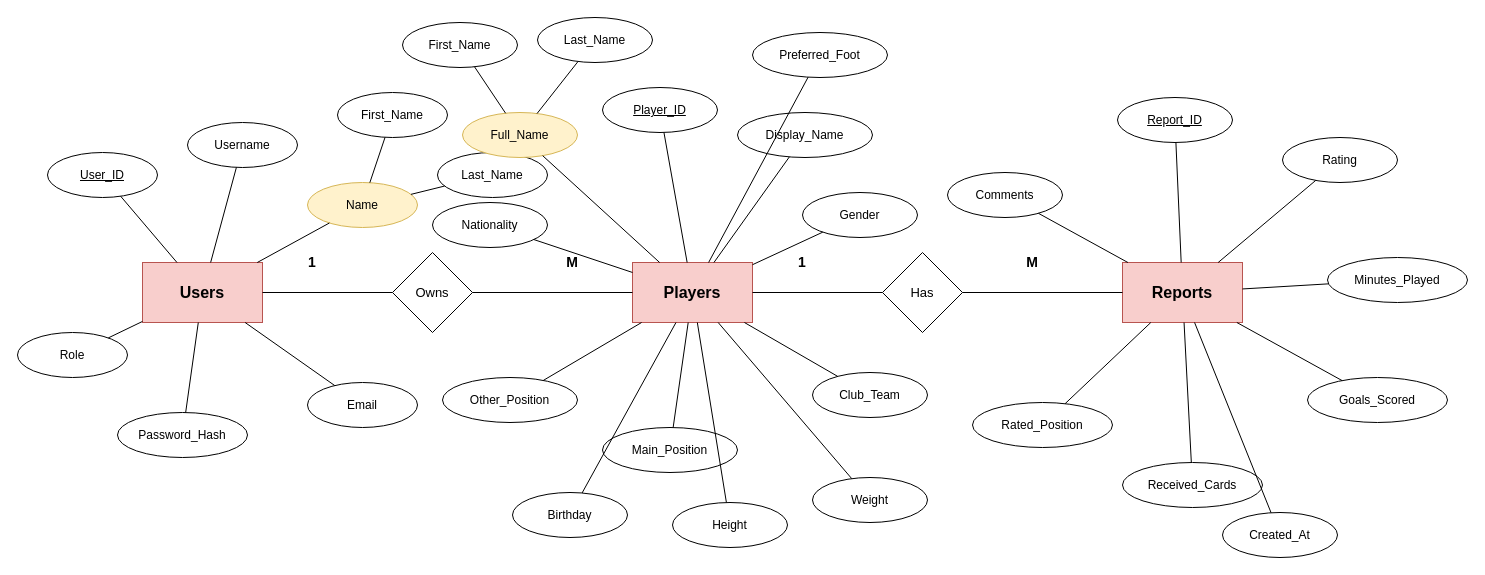
alielhelisy/Football-Scouting-App keeps this draw.io diagram as docs/Football_Scouting_App_EER_Diagram.drawio. Above is the earlier version. Source tidied: cells renumbered, new cells numbered last; positions are measured from the earlier drawing's top-left corner, leaving out a move shared by most shapes. Both pictures are drawn from the tidied source at 100%, with x=0, y=0 at pixel (17, 17).
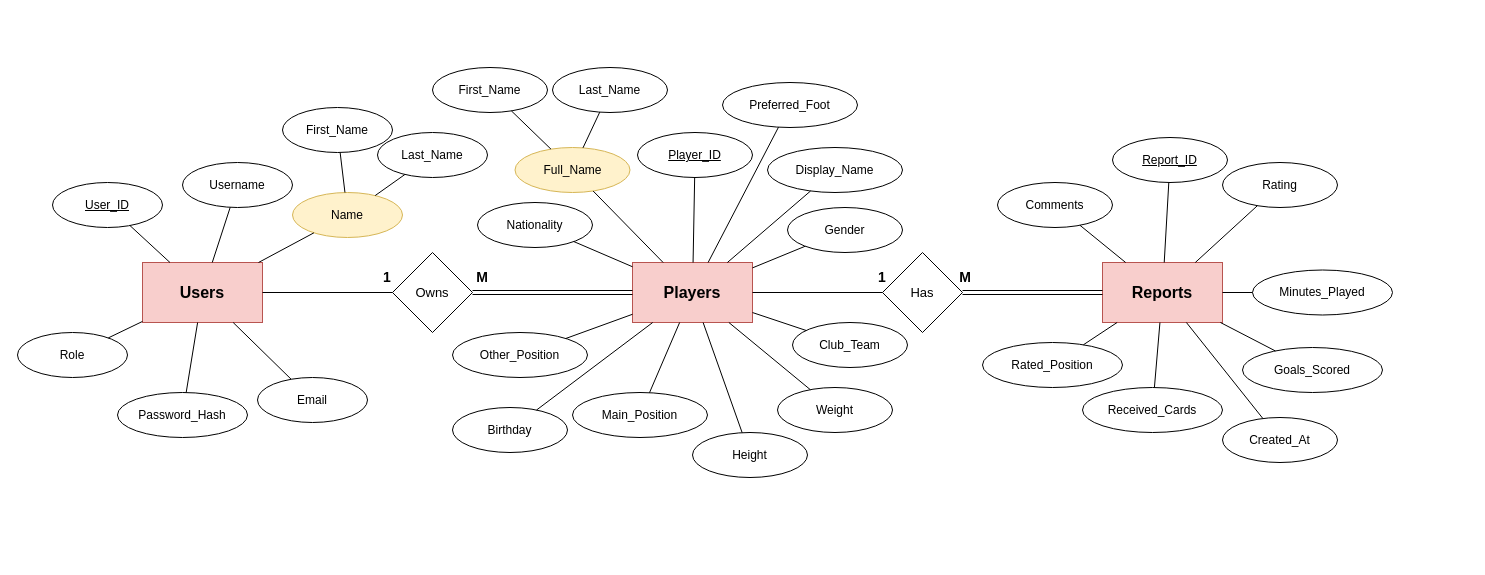
The same diagram, later.

Commit message (it also covers changes not shown here):
Update EER diagram

The change refers to these unchanged cells:
```xml
<mxCell id="3" value="Players" style="rounded=0;whiteSpace=wrap;html=1;fillColor=#f8cecc;strokeColor=#b85450;fontSize=16;fontStyle=1;" parent="1" vertex="1">
  <mxGeometry x="615" y="245" width="120" height="60" as="geometry" />
</mxCell>
<mxCell id="5" value="Owns" style="rhombus;whiteSpace=wrap;html=1;fontSize=13;" parent="1" vertex="1">
  <mxGeometry x="375" y="235" width="80" height="80" as="geometry" />
</mxCell>
<mxCell id="6" value="Has" style="rhombus;whiteSpace=wrap;html=1;fontSize=13;" parent="1" vertex="1">
  <mxGeometry x="865" y="235" width="80" height="80" as="geometry" />
</mxCell>
```

What changed in the source:
```diff
@@
     <mxCell id="4" value="Reports" style="rounded=0;whiteSpace=wrap;html=1;fillColor=#f8cecc;strokeColor=#b85450;fontSize=16;fontStyle=1;" parent="1" vertex="1">
-      <mxGeometry x="1105" y="245" width="120" height="60" as="geometry" />
+      <mxGeometry x="1085" y="245" width="120" height="60" as="geometry" />
     </mxCell>
@@
-    <mxCell id="8" style="endArrow=none;html=1;rounded=0;" parent="1" edge="1" source="5" target="3">
-      <mxGeometry relative="1" as="geometry" />
-    </mxCell>
@@
-    <mxCell id="10" style="endArrow=none;html=1;rounded=0;" parent="1" edge="1" source="6" target="4">
-      <mxGeometry relative="1" as="geometry" />
-    </mxCell>
     <mxCell id="11" value="1" style="text;html=1;whiteSpace=wrap;strokeColor=none;fillColor=none;align=center;verticalAlign=middle;rounded=0;fontSize=14;fontStyle=1;" parent="1" vertex="1">
-      <mxGeometry x="275" y="230" width="40" height="30" as="geometry" />
+      <mxGeometry x="350" y="245" width="40" height="30" as="geometry" />
     </mxCell>
     <mxCell id="12" value="M" style="text;html=1;whiteSpace=wrap;strokeColor=none;fillColor=none;align=center;verticalAlign=middle;rounded=0;fontSize=14;fontStyle=1;" parent="1" vertex="1">
-      <mxGeometry x="535" y="230" width="40" height="30" as="geometry" />
+      <mxGeometry x="445" y="245" width="40" height="30" as="geometry" />
     </mxCell>
     <mxCell id="13" value="1" style="text;html=1;whiteSpace=wrap;strokeColor=none;fillColor=none;align=center;verticalAlign=middle;rounded=0;fontSize=14;fontStyle=1;" parent="1" vertex="1">
-      <mxGeometry x="765" y="230" width="40" height="30" as="geometry" />
+      <mxGeometry x="845" y="245" width="40" height="30" as="geometry" />
     </mxCell>
     <mxCell id="14" value="M" style="text;html=1;whiteSpace=wrap;strokeColor=none;fillColor=none;align=center;verticalAlign=middle;rounded=0;fontSize=14;fontStyle=1;" parent="1" vertex="1">
-      <mxGeometry x="995" y="230" width="40" height="30" as="geometry" />
+      <mxGeometry x="927.5" y="245" width="40" height="30" as="geometry" />
     </mxCell>
     <mxCell id="15" value="User_ID" style="ellipse;whiteSpace=wrap;html=1;align=center;fontSize=12;fontStyle=4;" parent="1" vertex="1">
-      <mxGeometry x="30" y="135" width="110" height="45" as="geometry" />
+      <mxGeometry x="35" y="165" width="110" height="45" as="geometry" />
     </mxCell>
     <mxCell id="16" value="Username" style="ellipse;whiteSpace=wrap;html=1;align=center;fontSize=12;" parent="1" vertex="1">
-      <mxGeometry x="170" y="105" width="110" height="45" as="geometry" />
+      <mxGeometry x="165" y="145" width="110" height="45" as="geometry" />
     </mxCell>
     <mxCell id="17" value="Name" style="ellipse;whiteSpace=wrap;html=1;align=center;fontSize=12;fillColor=#fff2cc;strokeColor=#d6b656;" parent="1" vertex="1">
-      <mxGeometry x="290" y="165" width="110" height="45" as="geometry" />
+      <mxGeometry x="275" y="175" width="110" height="45" as="geometry" />
     </mxCell>
     <mxCell id="18" value="First_Name" style="ellipse;whiteSpace=wrap;html=1;align=center;fontSize=12;" parent="1" vertex="1">
-      <mxGeometry x="320" y="75" width="110" height="45" as="geometry" />
+      <mxGeometry x="265" y="90" width="110" height="45" as="geometry" />
     </mxCell>
     <mxCell id="19" value="Last_Name" style="ellipse;whiteSpace=wrap;html=1;align=center;fontSize=12;" parent="1" vertex="1">
-      <mxGeometry x="420" y="135" width="110" height="45" as="geometry" />
+      <mxGeometry x="360" y="115" width="110" height="45" as="geometry" />
     </mxCell>
     <mxCell id="20" value="Email" style="ellipse;whiteSpace=wrap;html=1;align=center;fontSize=12;" parent="1" vertex="1">
-      <mxGeometry x="290" y="365" width="110" height="45" as="geometry" />
+      <mxGeometry x="240" y="360" width="110" height="45" as="geometry" />
     </mxCell>
     <mxCell id="21" value="Password_Hash" style="ellipse;whiteSpace=wrap;html=1;align=center;fontSize=12;" parent="1" vertex="1">
-      <mxGeometry x="100" y="395" width="130" height="45" as="geometry" />
+      <mxGeometry x="100" y="375" width="130" height="45" as="geometry" />
     </mxCell>
@@
     <mxCell id="31" value="Player_ID" style="ellipse;whiteSpace=wrap;html=1;align=center;fontSize=12;fontStyle=4;" parent="1" vertex="1">
-      <mxGeometry x="585" y="70" width="115" height="45" as="geometry" />
+      <mxGeometry x="620" y="115" width="115" height="45" as="geometry" />
     </mxCell>
     <mxCell id="32" value="Display_Name" style="ellipse;whiteSpace=wrap;html=1;align=center;fontSize=12;" parent="1" vertex="1">
-      <mxGeometry x="720" y="95" width="135" height="45" as="geometry" />
+      <mxGeometry x="750" y="130" width="135" height="45" as="geometry" />
     </mxCell>
     <mxCell id="33" value="Full_Name" style="ellipse;whiteSpace=wrap;html=1;align=center;fontSize=12;fillColor=#fff2cc;strokeColor=#d6b656;" parent="1" vertex="1">
-      <mxGeometry x="445" y="95" width="115" height="45" as="geometry" />
+      <mxGeometry x="497.5" y="130" width="115" height="45" as="geometry" />
     </mxCell>
     <mxCell id="34" value="First_Name" style="ellipse;whiteSpace=wrap;html=1;align=center;fontSize=12;" parent="1" vertex="1">
-      <mxGeometry x="385" y="5" width="115" height="45" as="geometry" />
+      <mxGeometry x="415" y="50" width="115" height="45" as="geometry" />
     </mxCell>
     <mxCell id="35" value="Last_Name" style="ellipse;whiteSpace=wrap;html=1;align=center;fontSize=12;" parent="1" vertex="1">
-      <mxGeometry x="520" width="115" height="45" as="geometry" />
+      <mxGeometry x="535" y="50" width="115" height="45" as="geometry" />
     </mxCell>
     <mxCell id="36" value="Gender" style="ellipse;whiteSpace=wrap;html=1;align=center;fontSize=12;" parent="1" vertex="1">
-      <mxGeometry x="785" y="175" width="115" height="45" as="geometry" />
+      <mxGeometry x="770" y="190" width="115" height="45" as="geometry" />
     </mxCell>
     <mxCell id="37" value="Club_Team" style="ellipse;whiteSpace=wrap;html=1;align=center;fontSize=12;" parent="1" vertex="1">
-      <mxGeometry x="795" y="355" width="115" height="45" as="geometry" />
+      <mxGeometry x="775" y="305" width="115" height="45" as="geometry" />
     </mxCell>
     <mxCell id="38" value="Main_Position" style="ellipse;whiteSpace=wrap;html=1;align=center;fontSize=12;" parent="1" vertex="1">
-      <mxGeometry x="585" y="410" width="135" height="45" as="geometry" />
+      <mxGeometry x="555" y="375" width="135" height="45" as="geometry" />
     </mxCell>
     <mxCell id="39" value="Other_Position" style="ellipse;whiteSpace=wrap;html=1;align=center;fontSize=12;" parent="1" vertex="1">
-      <mxGeometry x="425" y="360" width="135" height="45" as="geometry" />
+      <mxGeometry x="435" y="315" width="135" height="45" as="geometry" />
     </mxCell>
     <mxCell id="40" value="Nationality" style="ellipse;whiteSpace=wrap;html=1;align=center;fontSize=12;" parent="1" vertex="1">
-      <mxGeometry x="415" y="185" width="115" height="45" as="geometry" />
+      <mxGeometry x="460" y="185" width="115" height="45" as="geometry" />
     </mxCell>
     <mxCell id="41" value="Birthday" style="ellipse;whiteSpace=wrap;html=1;align=center;fontSize=12;" parent="1" vertex="1">
-      <mxGeometry x="495" y="475" width="115" height="45" as="geometry" />
+      <mxGeometry x="435" y="390" width="115" height="45" as="geometry" />
     </mxCell>
     <mxCell id="42" value="Height" style="ellipse;whiteSpace=wrap;html=1;align=center;fontSize=12;" parent="1" vertex="1">
-      <mxGeometry x="655" y="485" width="115" height="45" as="geometry" />
+      <mxGeometry x="675" y="415" width="115" height="45" as="geometry" />
     </mxCell>
     <mxCell id="43" value="Weight" style="ellipse;whiteSpace=wrap;html=1;align=center;fontSize=12;" parent="1" vertex="1">
-      <mxGeometry x="795" y="460" width="115" height="45" as="geometry" />
+      <mxGeometry x="760" y="370" width="115" height="45" as="geometry" />
     </mxCell>
     <mxCell id="44" value="Preferred_Foot" style="ellipse;whiteSpace=wrap;html=1;align=center;fontSize=12;" parent="1" vertex="1">
-      <mxGeometry x="735" y="15" width="135" height="45" as="geometry" />
+      <mxGeometry x="705" y="65" width="135" height="45" as="geometry" />
     </mxCell>
@@
     <mxCell id="59" value="Report_ID" style="ellipse;whiteSpace=wrap;html=1;align=center;fontSize=12;fontStyle=4;" parent="1" vertex="1">
-      <mxGeometry x="1100" y="80" width="115" height="45" as="geometry" />
+      <mxGeometry x="1095" y="120" width="115" height="45" as="geometry" />
     </mxCell>
     <mxCell id="60" value="Rating" style="ellipse;whiteSpace=wrap;html=1;align=center;fontSize=12;" parent="1" vertex="1">
-      <mxGeometry x="1265" y="120" width="115" height="45" as="geometry" />
+      <mxGeometry x="1205" y="145" width="115" height="45" as="geometry" />
     </mxCell>
     <mxCell id="61" value="Minutes_Played" style="ellipse;whiteSpace=wrap;html=1;align=center;fontSize=12;" parent="1" vertex="1">
-      <mxGeometry x="1310" y="240" width="140" height="45" as="geometry" />
+      <mxGeometry x="1235" y="252.5" width="140" height="45" as="geometry" />
     </mxCell>
     <mxCell id="62" value="Goals_Scored" style="ellipse;whiteSpace=wrap;html=1;align=center;fontSize=12;" parent="1" vertex="1">
-      <mxGeometry x="1290" y="360" width="140" height="45" as="geometry" />
+      <mxGeometry x="1225" y="330" width="140" height="45" as="geometry" />
     </mxCell>
     <mxCell id="63" value="Received_Cards" style="ellipse;whiteSpace=wrap;html=1;align=center;fontSize=12;" parent="1" vertex="1">
-      <mxGeometry x="1105" y="445" width="140" height="45" as="geometry" />
+      <mxGeometry x="1065" y="370" width="140" height="45" as="geometry" />
     </mxCell>
     <mxCell id="64" value="Rated_Position" style="ellipse;whiteSpace=wrap;html=1;align=center;fontSize=12;" parent="1" vertex="1">
-      <mxGeometry x="955" y="385" width="140" height="45" as="geometry" />
+      <mxGeometry x="965" y="325" width="140" height="45" as="geometry" />
     </mxCell>
     <mxCell id="65" value="Comments" style="ellipse;whiteSpace=wrap;html=1;align=center;fontSize=12;" parent="1" vertex="1">
-      <mxGeometry x="930" y="155" width="115" height="45" as="geometry" />
+      <mxGeometry x="980" y="165" width="115" height="45" as="geometry" />
     </mxCell>
     <mxCell id="66" value="Created_At" style="ellipse;whiteSpace=wrap;html=1;align=center;fontSize=12;" parent="1" vertex="1">
-      <mxGeometry x="1205" y="495" width="115" height="45" as="geometry" />
+      <mxGeometry x="1205" y="400" width="115" height="45" as="geometry" />
     </mxCell>
@@
+    <mxCell id="75" style="edgeStyle=orthogonalEdgeStyle;rounded=0;orthogonalLoop=1;jettySize=auto;html=1;exitX=0.5;exitY=1;exitDx=0;exitDy=0;" parent="1" edge="1" source="42" target="42">
+      <mxGeometry relative="1" as="geometry" />
+    </mxCell>
+    <mxCell id="10" style="shape=link;html=1;rounded=0;exitX=1;exitY=0.5;exitDx=0;exitDy=0;entryX=0;entryY=0.5;entryDx=0;entryDy=0;" parent="1" edge="1" source="6" target="4">
+      <mxGeometry relative="1" as="geometry" />
+    </mxCell>
+    <mxCell id="8" style="shape=link;html=1;rounded=0;exitX=1;exitY=0.5;exitDx=0;exitDy=0;entryX=0;entryY=0.5;entryDx=0;entryDy=0;" parent="1" edge="1" source="5" target="3">
+      <mxGeometry relative="1" as="geometry" />
+    </mxCell>
```
